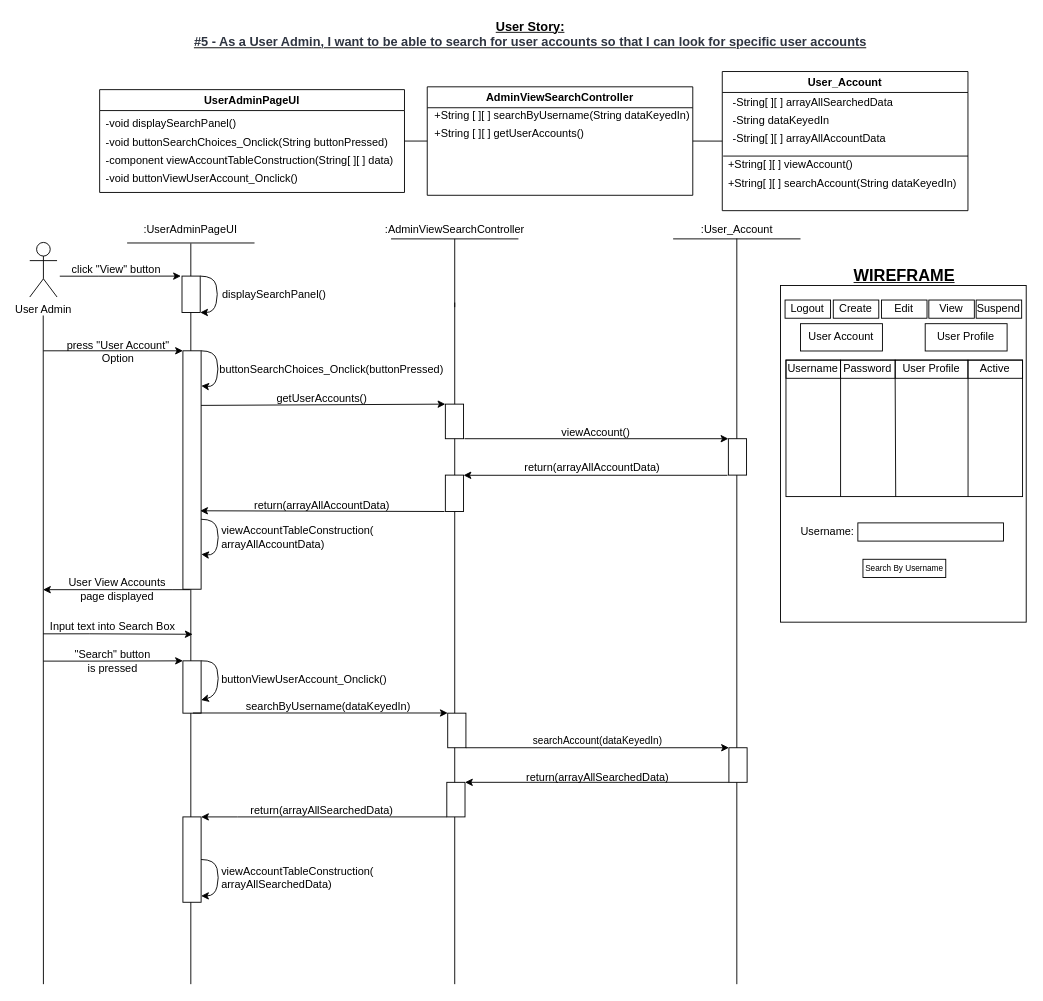
Above: BCE_UML_and_Diagrams/UserAdmin/UserAdmin_ViewSearchAccount(#5&6)/UserStory#5_SearchAccount.drawio in extred5700/JAVAGUI-Restaurant-Table-Order-System (draw.io), before the change. Source tidied: cells renumbered, new cells numbered last; positions are measured from the earlier drawing's top-left corner, leaving out a move shared by most shapes. Both pictures are drawn from the tidied source at 91%, with x=0, y=0 at pixel (29, 15).
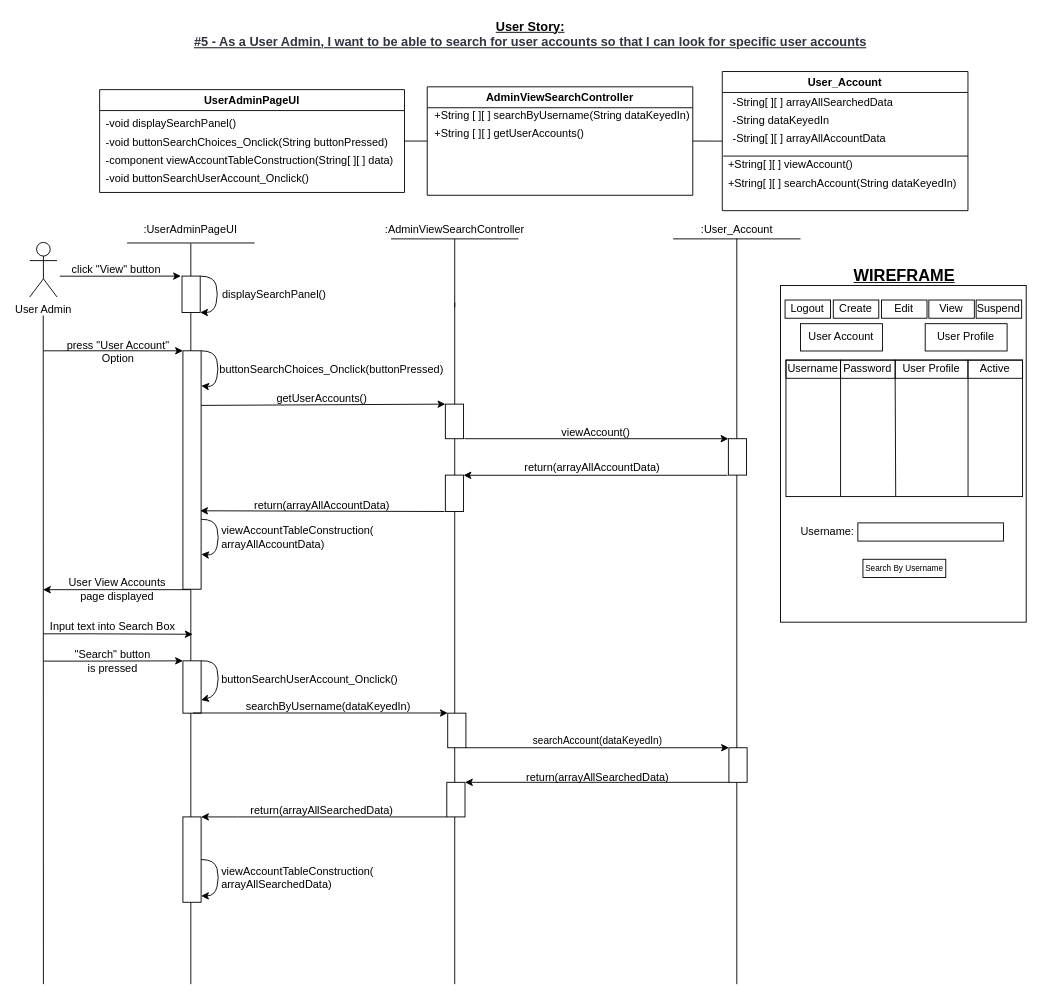
The same page after the edit.

Unchanged cells that the change refers to:
```xml
<mxCell id="5" value="UserAdminPageUI" style="swimlane;" parent="1" vertex="1">
  <mxGeometry x="77" y="81" width="335" height="113" as="geometry" />
</mxCell>
```

Change to the diagram source:
```diff
@@
-    <mxCell id="8" value="-void buttonViewUserAccount_Onclick()" style="text;html=1;align=left;verticalAlign=middle;strokeColor=none;fillColor=none;" parent="5" vertex="1">
-      <mxGeometry x="5" y="88" width="230" height="20" as="geometry" />
+    <mxCell id="8" value="-void buttonSearchUserAccount_Onclick()" style="text;html=1;align=left;verticalAlign=middle;strokeColor=none;fillColor=none;" parent="5" vertex="1">
+      <mxGeometry x="5" y="88" width="240" height="20" as="geometry" />
     </mxCell>
@@
-    <mxCell id="83" value="buttonViewUserAccount_Onclick()" style="text;html=1;align=left;verticalAlign=middle;strokeColor=none;fillColor=none;" parent="1" vertex="1">
-      <mxGeometry x="208.5" y="720" width="200" height="20" as="geometry" />
+    <mxCell id="83" value="buttonSearchUserAccount_Onclick()" style="text;html=1;align=left;verticalAlign=middle;strokeColor=none;fillColor=none;" parent="1" vertex="1">
+      <mxGeometry x="208.5" y="720" width="210" height="20" as="geometry" />
     </mxCell>
```
